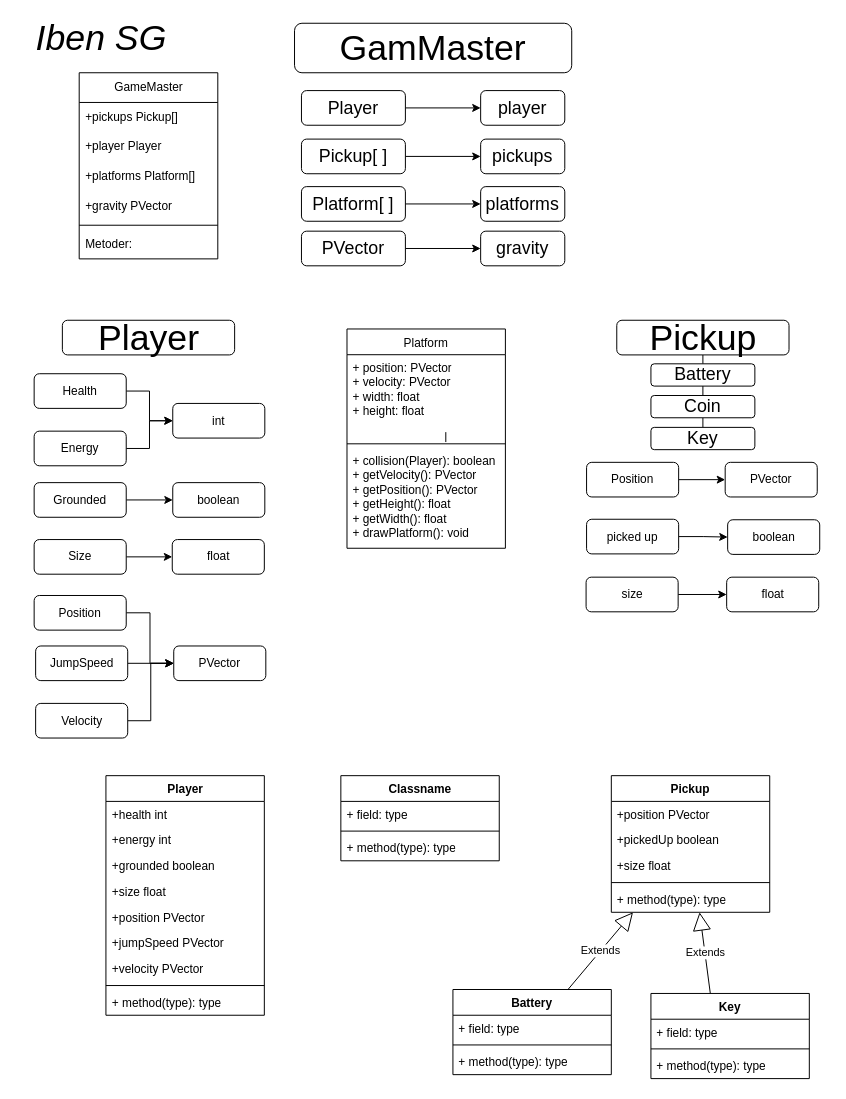
Lasse-HTX/spil keeps this draw.io diagram as Klasse diagram.drawio. Above is the earlier version. Source tidied: cells renumbered, new cells numbered last; positions are measured from the earlier drawing's top-left corner, leaving out a move shared by most shapes. Both pictures are drawn from the tidied source at 99%, with x=0, y=0 at pixel (17, 23).
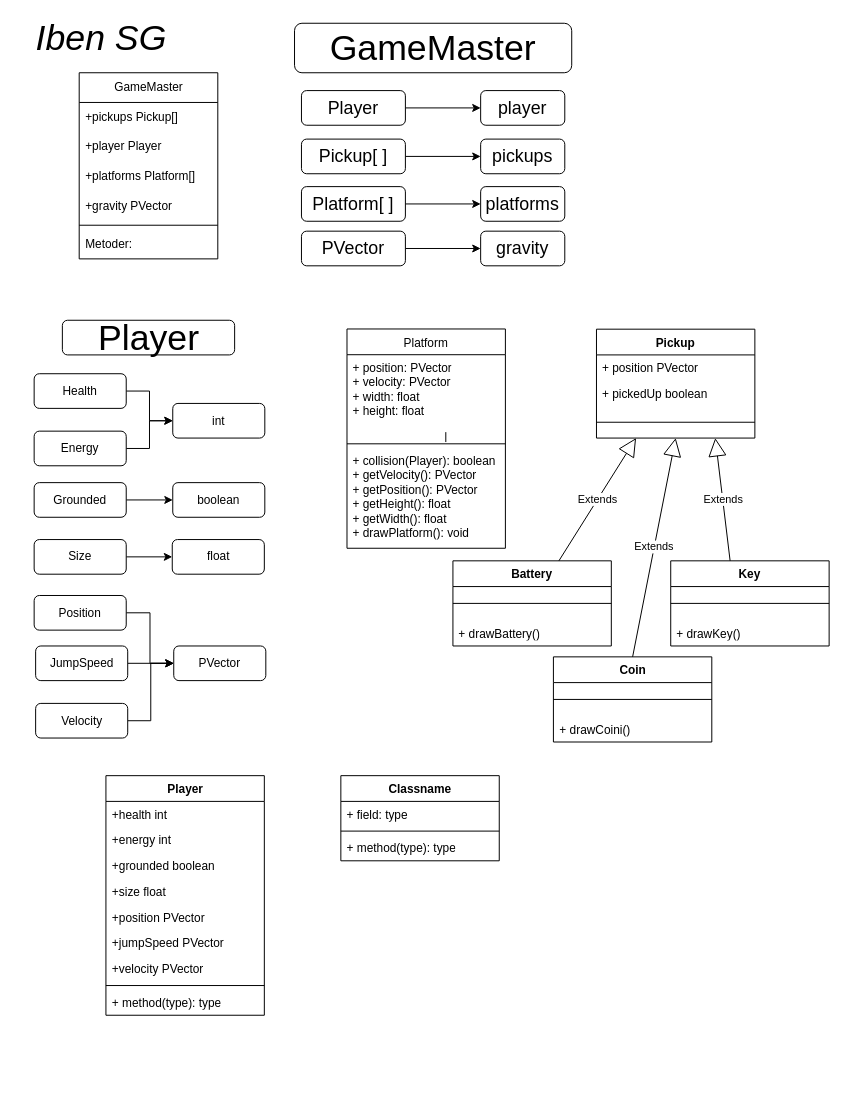
After the change.

Commit message (it also covers changes not shown here):
fiksede en masse tuborg brackets, ændrede klassediagram, og tilføjede til pickup

Diff of the diagram source:
```diff
@@
-    <mxCell id="3" style="edgeStyle=orthogonalEdgeStyle;rounded=0;jettySize=auto;html=1;exitX=0.5;exitY=1;exitDx=0;exitDy=0;entryX=0.5;entryY=0;entryDx=0;entryDy=0;endArrow=none;endFill=0;" parent="1" edge="1" source="4" target="35">
-      <mxGeometry relative="1" as="geometry" />
-    </mxCell>
-    <mxCell id="4" value="&lt;font style=&quot;font-size: 36px;&quot;&gt;Pickup&lt;/font&gt;" style="rounded=1;whiteSpace=wrap;html=1;" parent="1" vertex="1">
-      <mxGeometry x="605.5" y="300" width="174" height="35" as="geometry" />
-    </mxCell>
-    <mxCell id="5" value="&lt;font style=&quot;font-size: 36px;&quot;&gt;GamMaster&lt;/font&gt;" style="rounded=1;whiteSpace=wrap;html=1;" parent="1" vertex="1">
+    <mxCell id="5" value="&lt;font style=&quot;font-size: 36px;&quot;&gt;GameMaster&lt;/font&gt;" style="rounded=1;whiteSpace=wrap;html=1;" parent="1" vertex="1">
       <mxGeometry x="280" width="280" height="50" as="geometry" />
     </mxCell>
@@
-    <mxCell id="25" style="edgeStyle=orthogonalEdgeStyle;rounded=0;jettySize=auto;html=1;endArrow=classic;endFill=1;" parent="1" edge="1" source="26" target="27">
-      <mxGeometry relative="1" as="geometry" />
-    </mxCell>
-    <mxCell id="26" value="Position" style="whiteSpace=wrap;html=1;rounded=1;" parent="1" vertex="1">
-      <mxGeometry x="575" y="443.5" width="93" height="35" as="geometry" />
-    </mxCell>
-    <mxCell id="27" value="PVector" style="whiteSpace=wrap;html=1;rounded=1;" parent="1" vertex="1">
-      <mxGeometry x="715" y="443.5" width="93" height="35" as="geometry" />
-    </mxCell>
-    <mxCell id="28" style="edgeStyle=orthogonalEdgeStyle;rounded=0;jettySize=auto;html=1;endArrow=classic;endFill=1;" parent="1" edge="1" source="29" target="32">
-      <mxGeometry relative="1" as="geometry" />
-    </mxCell>
-    <mxCell id="29" value="picked up" style="whiteSpace=wrap;html=1;rounded=1;" parent="1" vertex="1">
-      <mxGeometry x="575" y="501" width="93" height="35" as="geometry" />
-    </mxCell>
-    <mxCell id="30" style="edgeStyle=orthogonalEdgeStyle;rounded=0;jettySize=auto;html=1;exitX=1;exitY=0.5;exitDx=0;exitDy=0;entryX=0;entryY=0.5;entryDx=0;entryDy=0;endArrow=classic;endFill=1;" parent="1" edge="1" source="31" target="33">
-      <mxGeometry relative="1" as="geometry" />
-    </mxCell>
-    <mxCell id="31" value="size" style="whiteSpace=wrap;html=1;rounded=1;" parent="1" vertex="1">
-      <mxGeometry x="574.5" y="559.5" width="93" height="35" as="geometry" />
-    </mxCell>
-    <mxCell id="32" value="boolean" style="whiteSpace=wrap;html=1;rounded=1;" parent="1" vertex="1">
-      <mxGeometry x="717.5" y="501.5" width="93" height="35" as="geometry" />
-    </mxCell>
-    <mxCell id="33" value="float" style="whiteSpace=wrap;html=1;rounded=1;" parent="1" vertex="1">
-      <mxGeometry x="716.5" y="559.5" width="93" height="35" as="geometry" />
-    </mxCell>
-    <mxCell id="34" style="edgeStyle=orthogonalEdgeStyle;rounded=0;jettySize=auto;html=1;exitX=0.5;exitY=1;exitDx=0;exitDy=0;entryX=0.5;entryY=0;entryDx=0;entryDy=0;endArrow=none;endFill=0;" parent="1" edge="1" source="35" target="37">
-      <mxGeometry relative="1" as="geometry" />
-    </mxCell>
-    <mxCell id="35" value="&lt;span style=&quot;font-size: 18px;&quot;&gt;Battery&lt;/span&gt;" style="rounded=1;whiteSpace=wrap;html=1;" parent="1" vertex="1">
-      <mxGeometry x="640" y="344" width="105" height="22.5" as="geometry" />
-    </mxCell>
-    <mxCell id="36" style="edgeStyle=orthogonalEdgeStyle;rounded=0;jettySize=auto;html=1;exitX=0.5;exitY=1;exitDx=0;exitDy=0;entryX=0.5;entryY=0;entryDx=0;entryDy=0;endArrow=none;endFill=0;" parent="1" edge="1" source="37" target="38">
-      <mxGeometry relative="1" as="geometry" />
-    </mxCell>
-    <mxCell id="37" value="&lt;span style=&quot;font-size: 18px;&quot;&gt;Coin&lt;/span&gt;" style="rounded=1;whiteSpace=wrap;html=1;" parent="1" vertex="1">
-      <mxGeometry x="640" y="376" width="105" height="22.5" as="geometry" />
-    </mxCell>
-    <mxCell id="38" value="&lt;span style=&quot;font-size: 18px;&quot;&gt;Key&lt;/span&gt;" style="rounded=1;whiteSpace=wrap;html=1;" parent="1" vertex="1">
-      <mxGeometry x="640" y="408.2" width="105" height="22.5" as="geometry" />
-    </mxCell>
@@
     <mxCell id="73" value="Pickup" style="swimlane;fontStyle=1;align=center;verticalAlign=top;horizontal=1;startSize=26;whiteSpace=wrap;html=1;" parent="1" vertex="1">
-      <mxGeometry x="600" y="760" width="160" height="138" as="geometry" />
+      <mxGeometry x="585" y="309" width="160" height="110" as="geometry" />
     </mxCell>
-    <mxCell id="74" value="+position&amp;nbsp;PVector&amp;nbsp;" style="text;strokeColor=none;fillColor=none;align=left;verticalAlign=top;spacingLeft=4;spacingRight=4;overflow=hidden;whiteSpace=wrap;html=1;" parent="73" vertex="1">
+    <mxCell id="74" value="+ position&amp;nbsp;PVector&amp;nbsp;" style="text;strokeColor=none;fillColor=none;align=left;verticalAlign=top;spacingLeft=4;spacingRight=4;overflow=hidden;whiteSpace=wrap;html=1;" parent="73" vertex="1">
       <mxGeometry y="26" width="160" height="26" as="geometry" />
     </mxCell>
-    <mxCell id="75" value="+pickedUp&amp;nbsp;boolean&amp;nbsp;" style="text;strokeColor=none;fillColor=none;align=left;verticalAlign=top;spacingLeft=4;spacingRight=4;overflow=hidden;whiteSpace=wrap;html=1;" parent="73" vertex="1">
+    <mxCell id="75" value="+ pickedUp&amp;nbsp;boolean&amp;nbsp;" style="text;strokeColor=none;fillColor=none;align=left;verticalAlign=top;spacingLeft=4;spacingRight=4;overflow=hidden;whiteSpace=wrap;html=1;" parent="73" vertex="1">
       <mxGeometry y="52" width="160" height="26" as="geometry" />
     </mxCell>
-    <mxCell id="76" value="+size&amp;nbsp;float&amp;nbsp;" style="text;strokeColor=none;fillColor=none;align=left;verticalAlign=top;spacingLeft=4;spacingRight=4;overflow=hidden;whiteSpace=wrap;html=1;" parent="73" vertex="1">
-      <mxGeometry y="78" width="160" height="26" as="geometry" />
-    </mxCell>
     <mxCell id="77" style="line;strokeWidth=1;fillColor=none;align=left;verticalAlign=middle;spacingTop=-1;spacingLeft=3;spacingRight=3;labelPosition=right;strokeColor=inherit;" parent="73" vertex="1">
-      <mxGeometry y="104" width="160" height="8" as="geometry" />
+      <mxGeometry y="78" width="160" height="32" as="geometry" />
     </mxCell>
-    <mxCell id="78" value="+ method(type): type" style="text;strokeColor=none;fillColor=none;align=left;verticalAlign=top;spacingLeft=4;spacingRight=4;overflow=hidden;whiteSpace=wrap;html=1;" parent="73" vertex="1">
-      <mxGeometry y="112" width="160" height="26" as="geometry" />
-    </mxCell>
     <mxCell id="79" value="Battery" style="swimlane;fontStyle=1;align=center;verticalAlign=top;horizontal=1;startSize=26;whiteSpace=wrap;html=1;" parent="1" vertex="1">
-      <mxGeometry x="440" y="976" width="160" height="86" as="geometry" />
+      <mxGeometry x="440" y="543" width="160" height="86" as="geometry" />
     </mxCell>
-    <mxCell id="80" value="+ field: type" style="text;strokeColor=none;fillColor=none;align=left;verticalAlign=top;spacingLeft=4;spacingRight=4;overflow=hidden;whiteSpace=wrap;html=1;" parent="79" vertex="1">
-      <mxGeometry y="26" width="160" height="26" as="geometry" />
-    </mxCell>
     <mxCell id="81" style="line;strokeWidth=1;fillColor=none;align=left;verticalAlign=middle;spacingTop=-1;spacingLeft=3;spacingRight=3;labelPosition=right;strokeColor=inherit;" parent="79" vertex="1">
-      <mxGeometry y="52" width="160" height="8" as="geometry" />
+      <mxGeometry y="26" width="160" height="34" as="geometry" />
     </mxCell>
-    <mxCell id="82" value="+ method(type): type" style="text;strokeColor=none;fillColor=none;align=left;verticalAlign=top;spacingLeft=4;spacingRight=4;overflow=hidden;whiteSpace=wrap;html=1;" parent="79" vertex="1">
+    <mxCell id="82" value="+ drawBattery()" style="text;strokeColor=none;fillColor=none;align=left;verticalAlign=top;spacingLeft=4;spacingRight=4;overflow=hidden;whiteSpace=wrap;html=1;" parent="79" vertex="1">
       <mxGeometry y="60" width="160" height="26" as="geometry" />
     </mxCell>
     <mxCell id="83" value="Key" style="swimlane;fontStyle=1;align=center;verticalAlign=top;horizontal=1;startSize=26;whiteSpace=wrap;html=1;" parent="1" vertex="1">
-      <mxGeometry x="640" y="980" width="160" height="86" as="geometry" />
+      <mxGeometry x="660" y="543" width="160" height="86" as="geometry" />
     </mxCell>
-    <mxCell id="84" value="+ field: type" style="text;strokeColor=none;fillColor=none;align=left;verticalAlign=top;spacingLeft=4;spacingRight=4;overflow=hidden;whiteSpace=wrap;html=1;" parent="83" vertex="1">
-      <mxGeometry y="26" width="160" height="26" as="geometry" />
-    </mxCell>
     <mxCell id="85" style="line;strokeWidth=1;fillColor=none;align=left;verticalAlign=middle;spacingTop=-1;spacingLeft=3;spacingRight=3;labelPosition=right;strokeColor=inherit;" parent="83" vertex="1">
-      <mxGeometry y="52" width="160" height="8" as="geometry" />
+      <mxGeometry y="26" width="160" height="34" as="geometry" />
     </mxCell>
-    <mxCell id="86" value="+ method(type): type" style="text;strokeColor=none;fillColor=none;align=left;verticalAlign=top;spacingLeft=4;spacingRight=4;overflow=hidden;whiteSpace=wrap;html=1;" parent="83" vertex="1">
+    <mxCell id="86" value="+ drawKey()" style="text;strokeColor=none;fillColor=none;align=left;verticalAlign=top;spacingLeft=4;spacingRight=4;overflow=hidden;whiteSpace=wrap;html=1;" parent="83" vertex="1">
       <mxGeometry y="60" width="160" height="26" as="geometry" />
     </mxCell>
-    <mxCell id="87" value="Extends" style="endArrow=block;endSize=16;endFill=0;html=1;rounded=0;" parent="1" edge="1" source="79" target="73">
+    <mxCell id="87" value="Extends" style="endArrow=block;endSize=16;endFill=0;html=1;rounded=0;entryX=0.25;entryY=1;entryDx=0;entryDy=0;" parent="1" edge="1" source="79" target="73">
       <mxGeometry relative="1" as="geometry" />
     </mxCell>
-    <mxCell id="88" value="Extends" style="endArrow=block;endSize=16;endFill=0;html=1;rounded=0;exitX=0.375;exitY=0;exitDx=0;exitDy=0;exitPerimeter=0;" parent="1" edge="1" source="83" target="73">
+    <mxCell id="88" value="Extends" style="endArrow=block;endSize=16;endFill=0;html=1;rounded=0;exitX=0.375;exitY=0;exitDx=0;exitDy=0;exitPerimeter=0;entryX=0.75;entryY=1;entryDx=0;entryDy=0;" parent="1" edge="1" source="83" target="73">
       <mxGeometry relative="1" as="geometry" />
     </mxCell>
@@
+    <mxCell id="37" value="Coin" style="swimlane;fontStyle=1;align=center;verticalAlign=top;horizontal=1;startSize=26;whiteSpace=wrap;html=1;" parent="1" vertex="1">
+      <mxGeometry x="541.5" y="640" width="160" height="86" as="geometry" />
+    </mxCell>
+    <mxCell id="94" style="line;strokeWidth=1;fillColor=none;align=left;verticalAlign=middle;spacingTop=-1;spacingLeft=3;spacingRight=3;labelPosition=right;strokeColor=inherit;" parent="37" vertex="1">
+      <mxGeometry y="26" width="160" height="34" as="geometry" />
+    </mxCell>
+    <mxCell id="95" value="+ drawCoini()" style="text;strokeColor=none;fillColor=none;align=left;verticalAlign=top;spacingLeft=4;spacingRight=4;overflow=hidden;whiteSpace=wrap;html=1;" parent="37" vertex="1">
+      <mxGeometry y="60" width="160" height="26" as="geometry" />
+    </mxCell>
+    <mxCell id="96" value="Extends" style="endArrow=block;endSize=16;endFill=0;html=1;rounded=0;exitX=0.5;exitY=0;exitDx=0;exitDy=0;entryX=0.5;entryY=1;entryDx=0;entryDy=0;" parent="1" edge="1" source="37" target="73">
+      <mxGeometry relative="1" as="geometry" />
+    </mxCell>
```
